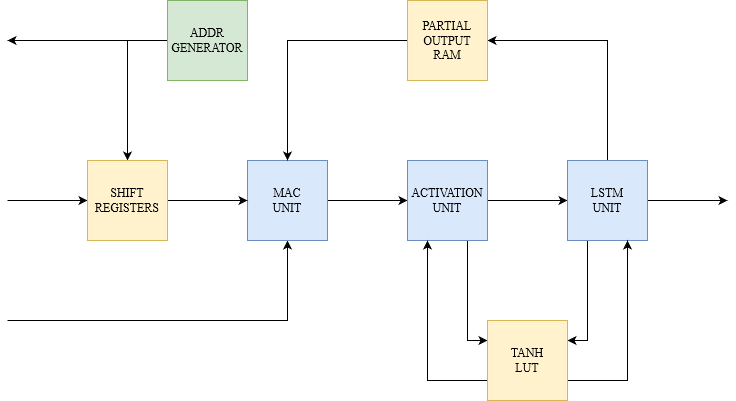
Before: slides/images/overview_arch.drawio.png, a diagram exported from draw.io (AlessandroVaraldi/LSTM_ACCELERATOR). Source tidied: cells renumbered, new cells last; positions are measured from the earlier drawing's top-left corner, leaving out a move shared by most shapes.
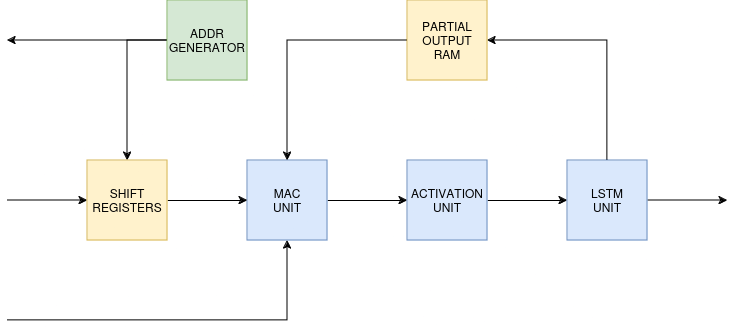
After the commit.

Change to the diagram source:
```diff
@@ -16,18 +16,12 @@
     <mxCell id="4" value="&lt;div&gt;MAC&lt;/div&gt;&lt;div&gt;UNIT&lt;br&gt;&lt;/div&gt;" style="whiteSpace=wrap;html=1;fillColor=#dae8fc;strokeColor=#6c8ebf;" parent="1" vertex="1">
       <mxGeometry x="240" y="160" width="80" height="80" as="geometry" />
     </mxCell>
-    <mxCell id="5" style="edgeStyle=orthogonalEdgeStyle;rounded=0;jettySize=auto;html=1;exitX=0.75;exitY=1;exitDx=0;exitDy=0;entryX=0;entryY=0.25;entryDx=0;entryDy=0;" parent="1" edge="1" source="7" target="14">
-      <mxGeometry relative="1" as="geometry" />
-    </mxCell>
     <mxCell id="6" style="edgeStyle=orthogonalEdgeStyle;rounded=0;jettySize=auto;html=1;entryX=0;entryY=0.5;entryDx=0;entryDy=0;" parent="1" edge="1" source="7" target="11">
       <mxGeometry relative="1" as="geometry" />
     </mxCell>
     <mxCell id="7" value="&lt;div&gt;ACTIVATION&lt;/div&gt;&lt;div&gt;UNIT&lt;br&gt;&lt;/div&gt;" style="whiteSpace=wrap;html=1;fillColor=#dae8fc;strokeColor=#6c8ebf;" parent="1" vertex="1">
       <mxGeometry x="400" y="160" width="80" height="80" as="geometry" />
     </mxCell>
-    <mxCell id="8" style="edgeStyle=orthogonalEdgeStyle;rounded=0;jettySize=auto;html=1;exitX=0.25;exitY=1;exitDx=0;exitDy=0;entryX=1;entryY=0.25;entryDx=0;entryDy=0;" parent="1" edge="1" source="11" target="14">
-      <mxGeometry relative="1" as="geometry" />
-    </mxCell>
     <mxCell id="9" style="edgeStyle=orthogonalEdgeStyle;rounded=0;jettySize=auto;html=1;entryX=1;entryY=0.5;entryDx=0;entryDy=0;" parent="1" edge="1" source="11" target="16">
       <mxGeometry relative="1" as="geometry">
         <Array as="points">
@@ -43,15 +37,6 @@
     <mxCell id="11" value="&lt;div&gt;LSTM&lt;/div&gt;&lt;div&gt;UNIT&lt;br&gt;&lt;/div&gt;" style="whiteSpace=wrap;html=1;fillColor=#dae8fc;strokeColor=#6c8ebf;" parent="1" vertex="1">
       <mxGeometry x="560" y="160" width="80" height="80" as="geometry" />
     </mxCell>
-    <mxCell id="12" style="edgeStyle=orthogonalEdgeStyle;rounded=0;jettySize=auto;html=1;exitX=0;exitY=0.75;exitDx=0;exitDy=0;entryX=0.25;entryY=1;entryDx=0;entryDy=0;" parent="1" edge="1" source="14" target="7">
-      <mxGeometry relative="1" as="geometry" />
-    </mxCell>
-    <mxCell id="13" style="edgeStyle=orthogonalEdgeStyle;rounded=0;jettySize=auto;html=1;exitX=1;exitY=0.75;exitDx=0;exitDy=0;entryX=0.75;entryY=1;entryDx=0;entryDy=0;" parent="1" edge="1" source="14" target="11">
-      <mxGeometry relative="1" as="geometry" />
-    </mxCell>
-    <mxCell id="14" value="&lt;div&gt;TANH&lt;/div&gt;&lt;div&gt;LUT&lt;br&gt;&lt;/div&gt;" style="whiteSpace=wrap;html=1;fillColor=#fff2cc;strokeColor=#d6b656;" parent="1" vertex="1">
-      <mxGeometry x="480" y="320" width="80" height="80" as="geometry" />
-    </mxCell>
     <mxCell id="15" style="edgeStyle=orthogonalEdgeStyle;rounded=0;jettySize=auto;html=1;exitX=0;exitY=0.5;exitDx=0;exitDy=0;entryX=0.5;entryY=0;entryDx=0;entryDy=0;" parent="1" edge="1" source="16" target="4">
       <mxGeometry relative="1" as="geometry" />
     </mxCell>
```
